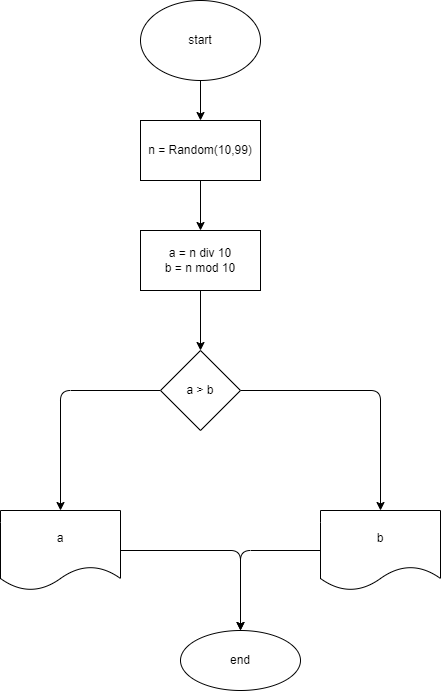
Above: Sem02/diagram.drawio.png in KravchukMary/Mod2 (draw.io), before the change. Source tidied: cells renumbered, new cells last; positions are measured from the earlier drawing's top-left corner, leaving out a move shared by most shapes.
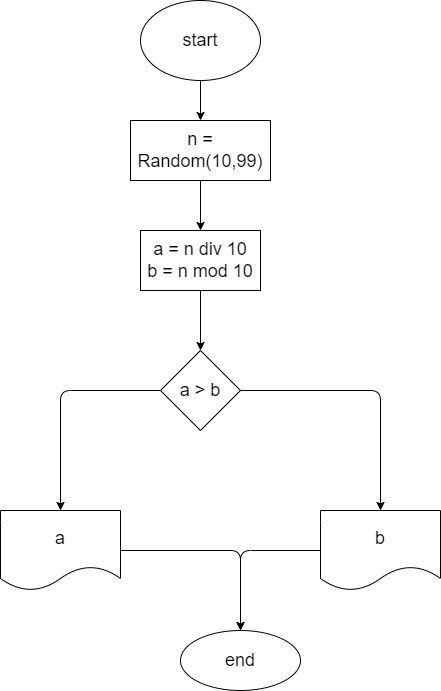
Later version of the same file.

Diff of the diagram source:
```diff
@@ -5,19 +5,19 @@
     <mxCell id="2" style="edgeStyle=none;html=1;" parent="1" edge="1" source="3" target="5">
       <mxGeometry relative="1" as="geometry" />
     </mxCell>
-    <mxCell id="3" value="start" style="ellipse;whiteSpace=wrap;html=1;" parent="1" vertex="1">
+    <mxCell id="3" value="&lt;font style=&quot;font-size: 18px&quot;&gt;start&lt;/font&gt;" style="ellipse;whiteSpace=wrap;html=1;" parent="1" vertex="1">
       <mxGeometry x="140" width="120" height="80" as="geometry" />
     </mxCell>
     <mxCell id="4" style="edgeStyle=none;html=1;" parent="1" edge="1" source="5" target="7">
       <mxGeometry relative="1" as="geometry" />
     </mxCell>
-    <mxCell id="5" value="n = Random(10,99)" style="whiteSpace=wrap;html=1;" parent="1" vertex="1">
-      <mxGeometry x="140" y="120" width="120" height="60" as="geometry" />
+    <mxCell id="5" value="&lt;font style=&quot;font-size: 18px&quot;&gt;n = Random(10,99)&lt;/font&gt;" style="whiteSpace=wrap;html=1;" parent="1" vertex="1">
+      <mxGeometry x="130" y="120" width="140" height="60" as="geometry" />
     </mxCell>
     <mxCell id="6" style="edgeStyle=none;html=1;" parent="1" edge="1" source="7" target="10">
       <mxGeometry relative="1" as="geometry" />
     </mxCell>
-    <mxCell id="7" value="a = n div 10&lt;br&gt;b = n mod 10" style="whiteSpace=wrap;html=1;" parent="1" vertex="1">
+    <mxCell id="7" value="&lt;font style=&quot;font-size: 18px&quot;&gt;a = n div 10&lt;br&gt;b = n mod 10&lt;/font&gt;" style="whiteSpace=wrap;html=1;" parent="1" vertex="1">
       <mxGeometry x="140" y="230" width="120" height="60" as="geometry" />
     </mxCell>
     <mxCell id="8" style="edgeStyle=none;html=1;" parent="1" edge="1" source="10" target="11">
@@ -34,10 +34,10 @@
         </Array>
       </mxGeometry>
     </mxCell>
-    <mxCell id="10" value="a &amp;gt; b" style="rhombus;whiteSpace=wrap;html=1;" parent="1" vertex="1">
+    <mxCell id="10" value="&lt;font style=&quot;font-size: 18px&quot;&gt;a &amp;gt; b&lt;/font&gt;" style="rhombus;whiteSpace=wrap;html=1;" parent="1" vertex="1">
       <mxGeometry x="160" y="350" width="80" height="80" as="geometry" />
     </mxCell>
-    <mxCell id="11" value="b" style="shape=document;whiteSpace=wrap;html=1;boundedLbl=1;" parent="1" vertex="1">
+    <mxCell id="11" value="&lt;font style=&quot;font-size: 18px&quot;&gt;b&lt;/font&gt;" style="shape=document;whiteSpace=wrap;html=1;boundedLbl=1;" parent="1" vertex="1">
       <mxGeometry x="320" y="510" width="120" height="80" as="geometry" />
     </mxCell>
     <mxCell id="12" style="edgeStyle=none;html=1;" parent="1" edge="1" source="13" target="14">
@@ -47,10 +47,10 @@
         </Array>
       </mxGeometry>
     </mxCell>
-    <mxCell id="13" value="a" style="shape=document;whiteSpace=wrap;html=1;boundedLbl=1;" parent="1" vertex="1">
+    <mxCell id="13" value="&lt;font style=&quot;font-size: 18px&quot;&gt;a&lt;/font&gt;" style="shape=document;whiteSpace=wrap;html=1;boundedLbl=1;" parent="1" vertex="1">
       <mxGeometry y="510" width="120" height="80" as="geometry" />
     </mxCell>
-    <mxCell id="14" value="end" style="ellipse;whiteSpace=wrap;html=1;" parent="1" vertex="1">
+    <mxCell id="14" value="&lt;font style=&quot;font-size: 18px&quot;&gt;end&lt;/font&gt;" style="ellipse;whiteSpace=wrap;html=1;" parent="1" vertex="1">
       <mxGeometry x="180" y="630" width="120" height="60" as="geometry" />
     </mxCell>
     <mxCell id="15" style="endArrow=classic;html=1;exitX=0;exitY=0.5;exitDx=0;exitDy=0;entryX=0.5;entryY=0;entryDx=0;entryDy=0;" parent="1" edge="1" source="11" target="14">
```
